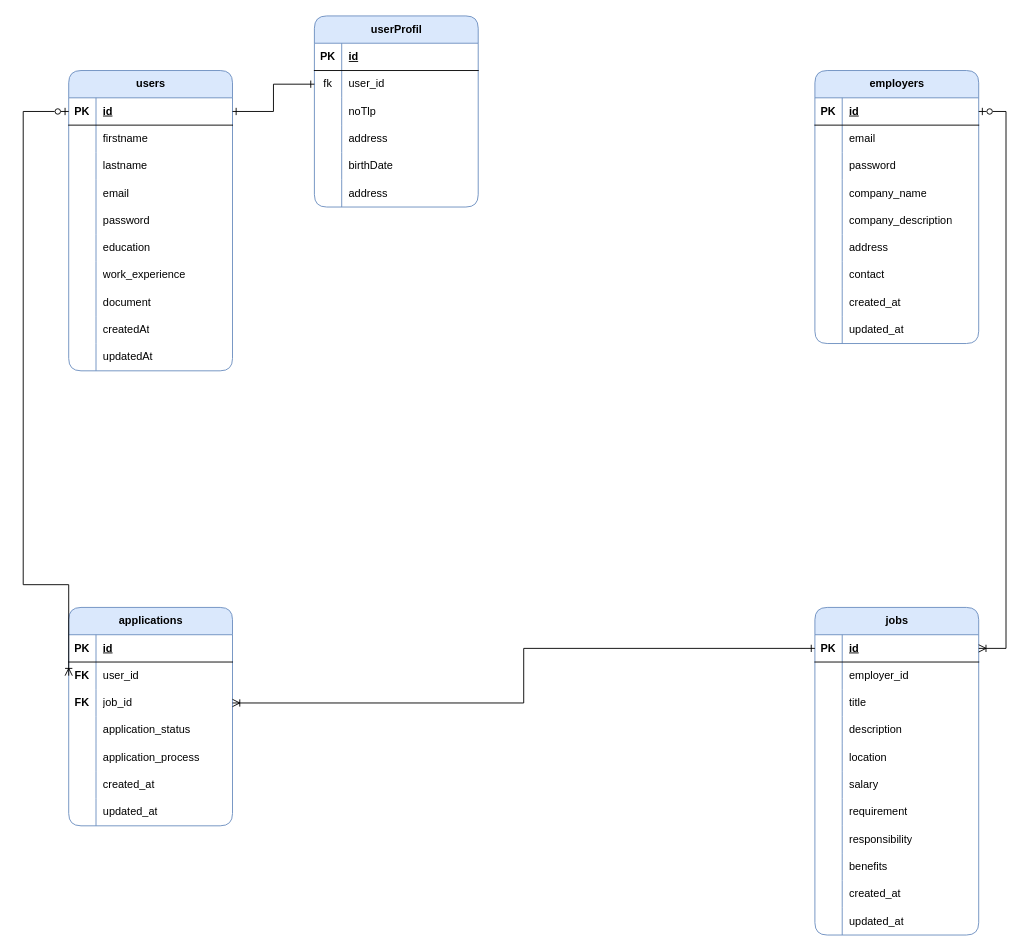
The draw.io diagram server/docs/Job-Portal-ERD.drawio in juliochandra/Job-Portal, before the edit. Source tidied: cells renumbered, new cells numbered last; positions are measured from the earlier drawing's top-left corner, leaving out a move shared by most shapes. Both pictures are drawn from the tidied source at 91%, with x=0, y=0 at pixel (23, 15).
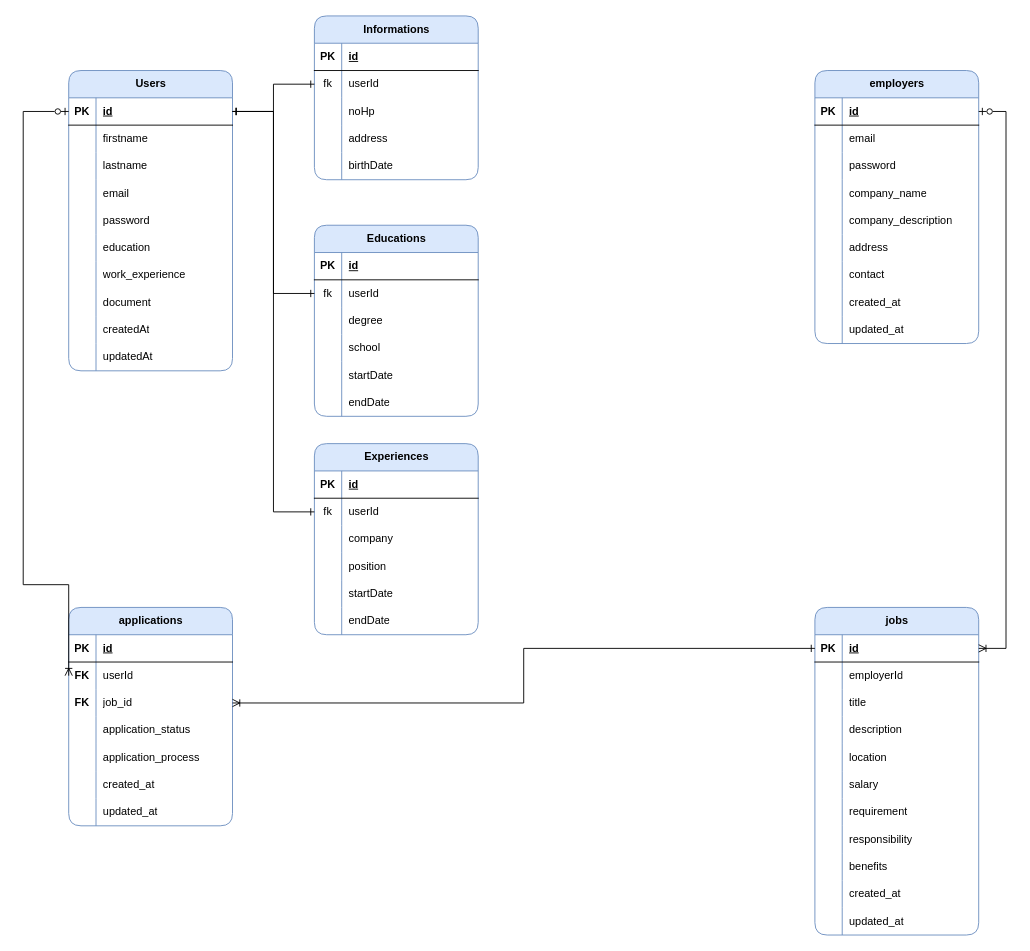
After the change.

The change refers to these unchanged cells:
```xml
<mxCell id="3" style="shape=tableRow;horizontal=0;startSize=0;swimlaneHead=0;swimlaneBody=0;fillColor=none;points=[[0,0.5],[1,0.5]];portConstraint=eastwest;top=0;left=0;right=0;bottom=1;" parent="2" vertex="1">
  <mxGeometry y="30" width="180" height="30" as="geometry" />
</mxCell>
<mxCell id="37" style="shape=tableRow;horizontal=0;startSize=0;swimlaneHead=0;swimlaneBody=0;fillColor=none;top=0;left=0;right=0;bottom=0;" parent="33" vertex="1">
  <mxGeometry y="60" width="180" height="30" as="geometry" />
</mxCell>
<mxCell id="71" style="shape=tableRow;horizontal=0;startSize=0;swimlaneHead=0;swimlaneBody=0;fillColor=none;points=[[0,0.5],[1,0.5]];portConstraint=eastwest;top=0;left=0;right=0;bottom=0;" parent="67" vertex="1">
  <mxGeometry y="60" width="180" height="30" as="geometry" />
</mxCell>
<mxCell id="124" style="shape=tableRow;horizontal=0;startSize=0;swimlaneHead=0;swimlaneBody=0;fillColor=none;points=[[0,0.5],[1,0.5]];portConstraint=eastwest;top=0;left=0;right=0;bottom=0;" parent="120" vertex="1">
  <mxGeometry y="60" width="180" height="30" as="geometry" />
</mxCell>
<mxCell id="127" style="shape=tableRow;horizontal=0;startSize=0;swimlaneHead=0;swimlaneBody=0;fillColor=none;top=0;left=0;right=0;bottom=0;" parent="120" vertex="1">
  <mxGeometry y="90" width="180" height="30" as="geometry" />
</mxCell>
```

What changed in the source:
```diff
@@
-    <mxCell id="2" value="users" style="shape=table;startSize=30;childLayout=tableLayout;rowLines=0;fontStyle=1;align=center;html=1;fillColor=#dae8fc;strokeColor=#6c8ebf;rounded=1;" parent="1" vertex="1">
+    <mxCell id="2" value="Users" style="shape=table;startSize=30;childLayout=tableLayout;rowLines=0;fontStyle=1;align=center;html=1;fillColor=#dae8fc;strokeColor=#6c8ebf;rounded=1;" parent="1" vertex="1">
       <mxGeometry x="50" y="60" width="180" height="330" as="geometry" />
     </mxCell>
@@
-    <mxCell id="39" value="employer_id" style="shape=partialRectangle;fillColor=none;top=0;left=0;bottom=0;right=0;align=left;spacingLeft=6;overflow=hidden;whiteSpace=wrap;html=1;" parent="37" vertex="1">
+    <mxCell id="39" value="employerId" style="shape=partialRectangle;fillColor=none;top=0;left=0;bottom=0;right=0;align=left;spacingLeft=6;overflow=hidden;whiteSpace=wrap;html=1;" parent="37" vertex="1">
       <mxGeometry x="30" width="150" height="30" as="geometry" />
     </mxCell>
@@
-    <mxCell id="73" value="user_id" style="shape=partialRectangle;fillColor=none;top=0;left=0;bottom=0;right=0;align=left;spacingLeft=6;overflow=hidden;whiteSpace=wrap;html=1;" parent="71" vertex="1">
+    <mxCell id="73" value="userId" style="shape=partialRectangle;fillColor=none;top=0;left=0;bottom=0;right=0;align=left;spacingLeft=6;overflow=hidden;whiteSpace=wrap;html=1;" parent="71" vertex="1">
       <mxGeometry x="30" width="150" height="30" as="geometry" />
     </mxCell>
@@
-    <mxCell id="120" value="userProfil" style="shape=table;startSize=30;childLayout=tableLayout;rowLines=0;fontStyle=1;align=center;html=1;rounded=1;fillColor=#dae8fc;strokeColor=#6c8ebf;" parent="1" vertex="1">
-      <mxGeometry x="320" width="180" height="210" as="geometry" />
+    <mxCell id="120" value="Informations" style="shape=table;startSize=30;childLayout=tableLayout;rowLines=0;fontStyle=1;align=center;html=1;rounded=1;fillColor=#dae8fc;strokeColor=#6c8ebf;" parent="1" vertex="1">
+      <mxGeometry x="320" width="180" height="180" as="geometry" />
     </mxCell>
@@
-    <mxCell id="126" value="user_id" style="shape=partialRectangle;fillColor=none;top=0;left=0;bottom=0;right=0;align=left;spacingLeft=6;overflow=hidden;whiteSpace=wrap;html=1;" parent="124" vertex="1">
+    <mxCell id="126" value="userId" style="shape=partialRectangle;fillColor=none;top=0;left=0;bottom=0;right=0;align=left;spacingLeft=6;overflow=hidden;whiteSpace=wrap;html=1;" parent="124" vertex="1">
       <mxGeometry x="30" width="150" height="30" as="geometry" />
     </mxCell>
@@
-    <mxCell id="129" value="noTlp" style="shape=partialRectangle;fillColor=none;top=0;left=0;bottom=0;right=0;align=left;spacingLeft=6;overflow=hidden;whiteSpace=wrap;html=1;" parent="127" vertex="1">
+    <mxCell id="129" value="noHp" style="shape=partialRectangle;fillColor=none;top=0;left=0;bottom=0;right=0;align=left;spacingLeft=6;overflow=hidden;whiteSpace=wrap;html=1;" parent="127" vertex="1">
       <mxGeometry x="30" width="150" height="30" as="geometry" />
     </mxCell>
@@
-    <mxCell id="136" style="shape=tableRow;horizontal=0;startSize=0;swimlaneHead=0;swimlaneBody=0;fillColor=none;top=0;left=0;right=0;bottom=0;" parent="120" vertex="1">
-      <mxGeometry y="180" width="180" height="30" as="geometry" />
-    </mxCell>
-    <mxCell id="137" style="shape=partialRectangle;fillColor=none;top=0;left=0;bottom=0;right=0;overflow=hidden;whiteSpace=wrap;html=1;" parent="136" vertex="1">
-      <mxGeometry width="30" height="30" as="geometry" />
-    </mxCell>
-    <mxCell id="138" value="address" style="shape=partialRectangle;fillColor=none;top=0;left=0;bottom=0;right=0;align=left;spacingLeft=6;overflow=hidden;whiteSpace=wrap;html=1;" parent="136" vertex="1">
-      <mxGeometry x="30" width="150" height="30" as="geometry" />
-    </mxCell>
@@
+    <mxCell id="140" value="Educations" style="shape=table;startSize=30;childLayout=tableLayout;rowLines=0;fontStyle=1;align=center;html=1;rounded=1;fillColor=#dae8fc;strokeColor=#6c8ebf;" parent="1" vertex="1">
+      <mxGeometry x="320" y="230" width="180" height="210" as="geometry" />
+    </mxCell>
+    <mxCell id="141" style="shape=tableRow;horizontal=0;startSize=0;swimlaneHead=0;swimlaneBody=0;fillColor=none;top=0;left=0;right=0;bottom=1;" parent="140" vertex="1">
+      <mxGeometry y="30" width="180" height="30" as="geometry" />
+    </mxCell>
+    <mxCell id="142" value="PK" style="shape=partialRectangle;fillColor=none;top=0;left=0;bottom=0;right=0;fontStyle=1;overflow=hidden;whiteSpace=wrap;html=1;" parent="141" vertex="1">
+      <mxGeometry width="30" height="30" as="geometry" />
+    </mxCell>
+    <mxCell id="143" value="id" style="shape=partialRectangle;fillColor=none;top=0;left=0;bottom=0;right=0;align=left;spacingLeft=6;fontStyle=5;overflow=hidden;whiteSpace=wrap;html=1;" parent="141" vertex="1">
+      <mxGeometry x="30" width="150" height="30" as="geometry" />
+    </mxCell>
+    <mxCell id="144" style="shape=tableRow;horizontal=0;startSize=0;swimlaneHead=0;swimlaneBody=0;fillColor=none;points=[[0,0.5],[1,0.5]];portConstraint=eastwest;top=0;left=0;right=0;bottom=0;" parent="140" vertex="1">
+      <mxGeometry y="60" width="180" height="30" as="geometry" />
+    </mxCell>
+    <mxCell id="145" value="fk" style="shape=partialRectangle;fillColor=none;top=0;left=0;bottom=0;right=0;overflow=hidden;whiteSpace=wrap;html=1;" parent="144" vertex="1">
+      <mxGeometry width="30" height="30" as="geometry" />
+    </mxCell>
+    <mxCell id="146" value="userId" style="shape=partialRectangle;fillColor=none;top=0;left=0;bottom=0;right=0;align=left;spacingLeft=6;overflow=hidden;whiteSpace=wrap;html=1;" parent="144" vertex="1">
+      <mxGeometry x="30" width="150" height="30" as="geometry" />
+    </mxCell>
+    <mxCell id="147" style="shape=tableRow;horizontal=0;startSize=0;swimlaneHead=0;swimlaneBody=0;fillColor=none;top=0;left=0;right=0;bottom=0;" parent="140" vertex="1">
+      <mxGeometry y="90" width="180" height="30" as="geometry" />
+    </mxCell>
+    <mxCell id="148" style="shape=partialRectangle;fillColor=none;top=0;left=0;bottom=0;right=0;overflow=hidden;whiteSpace=wrap;html=1;" parent="147" vertex="1">
+      <mxGeometry width="30" height="30" as="geometry" />
+    </mxCell>
+    <mxCell id="149" value="degree" style="shape=partialRectangle;fillColor=none;top=0;left=0;bottom=0;right=0;align=left;spacingLeft=6;overflow=hidden;whiteSpace=wrap;html=1;" parent="147" vertex="1">
+      <mxGeometry x="30" width="150" height="30" as="geometry" />
+    </mxCell>
+    <mxCell id="150" style="shape=tableRow;horizontal=0;startSize=0;swimlaneHead=0;swimlaneBody=0;fillColor=none;top=0;left=0;right=0;bottom=0;" parent="140" vertex="1">
+      <mxGeometry y="120" width="180" height="30" as="geometry" />
+    </mxCell>
+    <mxCell id="151" style="shape=partialRectangle;fillColor=none;top=0;left=0;bottom=0;right=0;overflow=hidden;whiteSpace=wrap;html=1;" parent="150" vertex="1">
+      <mxGeometry width="30" height="30" as="geometry" />
+    </mxCell>
+    <mxCell id="152" value="school" style="shape=partialRectangle;fillColor=none;top=0;left=0;bottom=0;right=0;align=left;spacingLeft=6;overflow=hidden;whiteSpace=wrap;html=1;" parent="150" vertex="1">
+      <mxGeometry x="30" width="150" height="30" as="geometry" />
+    </mxCell>
+    <mxCell id="153" style="shape=tableRow;horizontal=0;startSize=0;swimlaneHead=0;swimlaneBody=0;fillColor=none;top=0;left=0;right=0;bottom=0;" parent="140" vertex="1">
+      <mxGeometry y="150" width="180" height="30" as="geometry" />
+    </mxCell>
+    <mxCell id="154" style="shape=partialRectangle;fillColor=none;top=0;left=0;bottom=0;right=0;overflow=hidden;whiteSpace=wrap;html=1;" parent="153" vertex="1">
+      <mxGeometry width="30" height="30" as="geometry" />
+    </mxCell>
+    <mxCell id="155" value="startDate" style="shape=partialRectangle;fillColor=none;top=0;left=0;bottom=0;right=0;align=left;spacingLeft=6;overflow=hidden;whiteSpace=wrap;html=1;" parent="153" vertex="1">
+      <mxGeometry x="30" width="150" height="30" as="geometry" />
+    </mxCell>
+    <mxCell id="156" style="shape=tableRow;horizontal=0;startSize=0;swimlaneHead=0;swimlaneBody=0;fillColor=none;top=0;left=0;right=0;bottom=0;" parent="140" vertex="1">
+      <mxGeometry y="180" width="180" height="30" as="geometry" />
+    </mxCell>
+    <mxCell id="157" style="shape=partialRectangle;fillColor=none;top=0;left=0;bottom=0;right=0;overflow=hidden;whiteSpace=wrap;html=1;" parent="156" vertex="1">
+      <mxGeometry width="30" height="30" as="geometry" />
+    </mxCell>
+    <mxCell id="158" value="endDate" style="shape=partialRectangle;fillColor=none;top=0;left=0;bottom=0;right=0;align=left;spacingLeft=6;overflow=hidden;whiteSpace=wrap;html=1;" parent="156" vertex="1">
+      <mxGeometry x="30" width="150" height="30" as="geometry" />
+    </mxCell>
+    <mxCell id="159" style="edgeStyle=orthogonalEdgeStyle;rounded=0;jettySize=auto;html=1;exitX=0;exitY=0.5;exitDx=0;exitDy=0;entryX=1;entryY=0.5;entryDx=0;entryDy=0;endArrow=ERone;endFill=0;startArrow=ERone;startFill=0;" parent="1" edge="1" source="144" target="3">
+      <mxGeometry relative="1" as="geometry" />
+    </mxCell>
+    <mxCell id="160" value="Experiences" style="shape=table;startSize=30;childLayout=tableLayout;rowLines=0;fontStyle=1;align=center;html=1;rounded=1;fillColor=#dae8fc;strokeColor=#6c8ebf;" parent="1" vertex="1">
+      <mxGeometry x="320" y="470" width="180" height="210" as="geometry" />
+    </mxCell>
+    <mxCell id="161" style="shape=tableRow;horizontal=0;startSize=0;swimlaneHead=0;swimlaneBody=0;fillColor=none;top=0;left=0;right=0;bottom=1;" parent="160" vertex="1">
+      <mxGeometry y="30" width="180" height="30" as="geometry" />
+    </mxCell>
+    <mxCell id="162" value="PK" style="shape=partialRectangle;fillColor=none;top=0;left=0;bottom=0;right=0;fontStyle=1;overflow=hidden;whiteSpace=wrap;html=1;" parent="161" vertex="1">
+      <mxGeometry width="30" height="30" as="geometry" />
+    </mxCell>
+    <mxCell id="163" value="id" style="shape=partialRectangle;fillColor=none;top=0;left=0;bottom=0;right=0;align=left;spacingLeft=6;fontStyle=5;overflow=hidden;whiteSpace=wrap;html=1;" parent="161" vertex="1">
+      <mxGeometry x="30" width="150" height="30" as="geometry" />
+    </mxCell>
+    <mxCell id="164" style="shape=tableRow;horizontal=0;startSize=0;swimlaneHead=0;swimlaneBody=0;fillColor=none;points=[[0,0.5],[1,0.5]];portConstraint=eastwest;top=0;left=0;right=0;bottom=0;" parent="160" vertex="1">
+      <mxGeometry y="60" width="180" height="30" as="geometry" />
+    </mxCell>
+    <mxCell id="165" value="fk" style="shape=partialRectangle;fillColor=none;top=0;left=0;bottom=0;right=0;overflow=hidden;whiteSpace=wrap;html=1;" parent="164" vertex="1">
+      <mxGeometry width="30" height="30" as="geometry" />
+    </mxCell>
+    <mxCell id="166" value="userId" style="shape=partialRectangle;fillColor=none;top=0;left=0;bottom=0;right=0;align=left;spacingLeft=6;overflow=hidden;whiteSpace=wrap;html=1;" parent="164" vertex="1">
+      <mxGeometry x="30" width="150" height="30" as="geometry" />
+    </mxCell>
+    <mxCell id="167" style="shape=tableRow;horizontal=0;startSize=0;swimlaneHead=0;swimlaneBody=0;fillColor=none;top=0;left=0;right=0;bottom=0;" parent="160" vertex="1">
+      <mxGeometry y="90" width="180" height="30" as="geometry" />
+    </mxCell>
+    <mxCell id="168" style="shape=partialRectangle;fillColor=none;top=0;left=0;bottom=0;right=0;overflow=hidden;whiteSpace=wrap;html=1;" parent="167" vertex="1">
+      <mxGeometry width="30" height="30" as="geometry" />
+    </mxCell>
+    <mxCell id="169" value="company" style="shape=partialRectangle;fillColor=none;top=0;left=0;bottom=0;right=0;align=left;spacingLeft=6;overflow=hidden;whiteSpace=wrap;html=1;" parent="167" vertex="1">
+      <mxGeometry x="30" width="150" height="30" as="geometry" />
+    </mxCell>
+    <mxCell id="170" style="shape=tableRow;horizontal=0;startSize=0;swimlaneHead=0;swimlaneBody=0;fillColor=none;top=0;left=0;right=0;bottom=0;" parent="160" vertex="1">
+      <mxGeometry y="120" width="180" height="30" as="geometry" />
+    </mxCell>
+    <mxCell id="171" style="shape=partialRectangle;fillColor=none;top=0;left=0;bottom=0;right=0;overflow=hidden;whiteSpace=wrap;html=1;" parent="170" vertex="1">
+      <mxGeometry width="30" height="30" as="geometry" />
+    </mxCell>
+    <mxCell id="172" value="position" style="shape=partialRectangle;fillColor=none;top=0;left=0;bottom=0;right=0;align=left;spacingLeft=6;overflow=hidden;whiteSpace=wrap;html=1;" parent="170" vertex="1">
+      <mxGeometry x="30" width="150" height="30" as="geometry" />
+    </mxCell>
+    <mxCell id="173" style="shape=tableRow;horizontal=0;startSize=0;swimlaneHead=0;swimlaneBody=0;fillColor=none;top=0;left=0;right=0;bottom=0;" parent="160" vertex="1">
+      <mxGeometry y="150" width="180" height="30" as="geometry" />
+    </mxCell>
+    <mxCell id="174" style="shape=partialRectangle;fillColor=none;top=0;left=0;bottom=0;right=0;overflow=hidden;whiteSpace=wrap;html=1;" parent="173" vertex="1">
+      <mxGeometry width="30" height="30" as="geometry" />
+    </mxCell>
+    <mxCell id="175" value="startDate" style="shape=partialRectangle;fillColor=none;top=0;left=0;bottom=0;right=0;align=left;spacingLeft=6;overflow=hidden;whiteSpace=wrap;html=1;" parent="173" vertex="1">
+      <mxGeometry x="30" width="150" height="30" as="geometry" />
+    </mxCell>
+    <mxCell id="176" style="shape=tableRow;horizontal=0;startSize=0;swimlaneHead=0;swimlaneBody=0;fillColor=none;top=0;left=0;right=0;bottom=0;" parent="160" vertex="1">
+      <mxGeometry y="180" width="180" height="30" as="geometry" />
+    </mxCell>
+    <mxCell id="177" style="shape=partialRectangle;fillColor=none;top=0;left=0;bottom=0;right=0;overflow=hidden;whiteSpace=wrap;html=1;" parent="176" vertex="1">
+      <mxGeometry width="30" height="30" as="geometry" />
+    </mxCell>
+    <mxCell id="178" value="endDate" style="shape=partialRectangle;fillColor=none;top=0;left=0;bottom=0;right=0;align=left;spacingLeft=6;overflow=hidden;whiteSpace=wrap;html=1;" parent="176" vertex="1">
+      <mxGeometry x="30" width="150" height="30" as="geometry" />
+    </mxCell>
+    <mxCell id="179" style="edgeStyle=orthogonalEdgeStyle;rounded=0;jettySize=auto;html=1;exitX=0;exitY=0.5;exitDx=0;exitDy=0;entryX=1;entryY=0.5;entryDx=0;entryDy=0;startArrow=ERone;startFill=0;endArrow=ERone;endFill=0;" parent="1" edge="1" source="164" target="3">
+      <mxGeometry relative="1" as="geometry" />
+    </mxCell>
```
